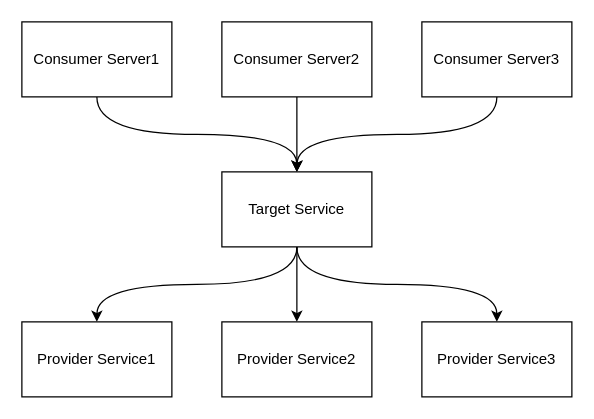
This is images/未命名绘图.drawio from Zenser/diagrams, a draw.io file, before an edit. Source tidied: cells renumbered, new cells numbered last; positions are measured from the earlier drawing's top-left corner, leaving out a move shared by most shapes. Both pictures are drawn from the tidied source at 125%, with x=0, y=0 at pixel (21, 21).
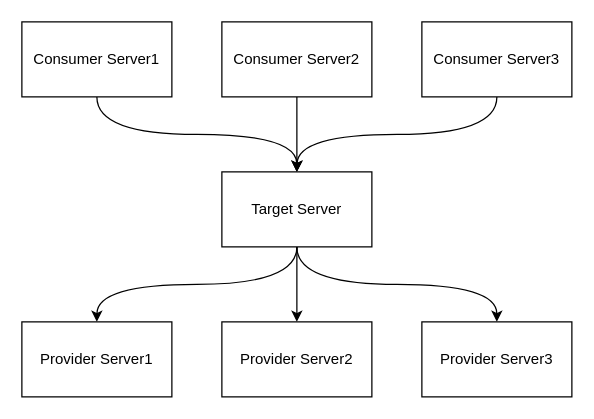
Above is the later version.

Commit message:
更新未命名绘图.drawio

Change to the diagram source:
```diff
@@
 <mxGraphModel>
   <root>
     <mxCell id="0" />
     <mxCell id="1" parent="0" />
     <mxCell id="2" style="edgeStyle=orthogonalEdgeStyle;rounded=0;jettySize=auto;html=1;exitX=0.5;exitY=1;exitDx=0;exitDy=0;entryX=0.5;entryY=0;entryDx=0;entryDy=0;curved=1;" parent="1" edge="1" source="3" target="11">
       <mxGeometry relative="1" as="geometry" />
     </mxCell>
     <mxCell id="3" value="Consumer Server1" style="rounded=0;whiteSpace=wrap;html=1;" parent="1" vertex="1">
       <mxGeometry width="120" height="60" as="geometry" />
     </mxCell>
     <mxCell id="4" style="edgeStyle=orthogonalEdgeStyle;curved=1;rounded=0;jettySize=auto;html=1;exitX=0.5;exitY=1;exitDx=0;exitDy=0;entryX=0.5;entryY=0;entryDx=0;entryDy=0;" parent="1" edge="1" source="5" target="11">
       <mxGeometry relative="1" as="geometry" />
     </mxCell>
     <mxCell id="5" value="Consumer Server2" style="rounded=0;whiteSpace=wrap;html=1;" parent="1" vertex="1">
       <mxGeometry x="160" width="120" height="60" as="geometry" />
     </mxCell>
     <mxCell id="6" style="edgeStyle=orthogonalEdgeStyle;curved=1;rounded=0;jettySize=auto;html=1;exitX=0.5;exitY=1;exitDx=0;exitDy=0;" parent="1" edge="1" source="7">
       <mxGeometry relative="1" as="geometry">
         <mxPoint x="220" y="120" as="targetPoint" />
       </mxGeometry>
     </mxCell>
     <mxCell id="7" value="Consumer Server3" style="rounded=0;whiteSpace=wrap;html=1;" parent="1" vertex="1">
       <mxGeometry x="320" width="120" height="60" as="geometry" />
     </mxCell>
     <mxCell id="8" style="edgeStyle=orthogonalEdgeStyle;curved=1;rounded=0;jettySize=auto;html=1;exitX=0.5;exitY=1;exitDx=0;exitDy=0;entryX=0.5;entryY=0;entryDx=0;entryDy=0;" parent="1" edge="1" source="11" target="12">
       <mxGeometry relative="1" as="geometry" />
     </mxCell>
     <mxCell id="9" style="edgeStyle=orthogonalEdgeStyle;curved=1;rounded=0;jettySize=auto;html=1;exitX=0.5;exitY=1;exitDx=0;exitDy=0;entryX=0.5;entryY=0;entryDx=0;entryDy=0;" parent="1" edge="1" source="11" target="13">
       <mxGeometry relative="1" as="geometry" />
     </mxCell>
     <mxCell id="10" style="edgeStyle=orthogonalEdgeStyle;curved=1;rounded=0;jettySize=auto;html=1;exitX=0.5;exitY=1;exitDx=0;exitDy=0;entryX=0.5;entryY=0;entryDx=0;entryDy=0;" parent="1" edge="1" source="11" target="14">
       <mxGeometry relative="1" as="geometry" />
     </mxCell>
-    <mxCell id="11" value="Target Service" style="rounded=0;whiteSpace=wrap;html=1;" parent="1" vertex="1">
+    <mxCell id="11" value="Target Server" style="rounded=0;whiteSpace=wrap;html=1;" parent="1" vertex="1">
       <mxGeometry x="160" y="120" width="120" height="60" as="geometry" />
     </mxCell>
-    <mxCell id="12" value="Provider Service1" style="rounded=0;whiteSpace=wrap;html=1;" parent="1" vertex="1">
+    <mxCell id="12" value="Provider Server1" style="rounded=0;whiteSpace=wrap;html=1;" parent="1" vertex="1">
       <mxGeometry y="240" width="120" height="60" as="geometry" />
     </mxCell>
-    <mxCell id="13" value="Provider Service2" style="rounded=0;whiteSpace=wrap;html=1;" parent="1" vertex="1">
+    <mxCell id="13" value="Provider Server2" style="rounded=0;whiteSpace=wrap;html=1;" parent="1" vertex="1">
       <mxGeometry x="160" y="240" width="120" height="60" as="geometry" />
     </mxCell>
-    <mxCell id="14" value="Provider Service3" style="rounded=0;whiteSpace=wrap;html=1;" parent="1" vertex="1">
+    <mxCell id="14" value="Provider Server3" style="rounded=0;whiteSpace=wrap;html=1;" parent="1" vertex="1">
       <mxGeometry x="320" y="240" width="120" height="60" as="geometry" />
     </mxCell>
   </root>
 </mxGraphModel>
```
